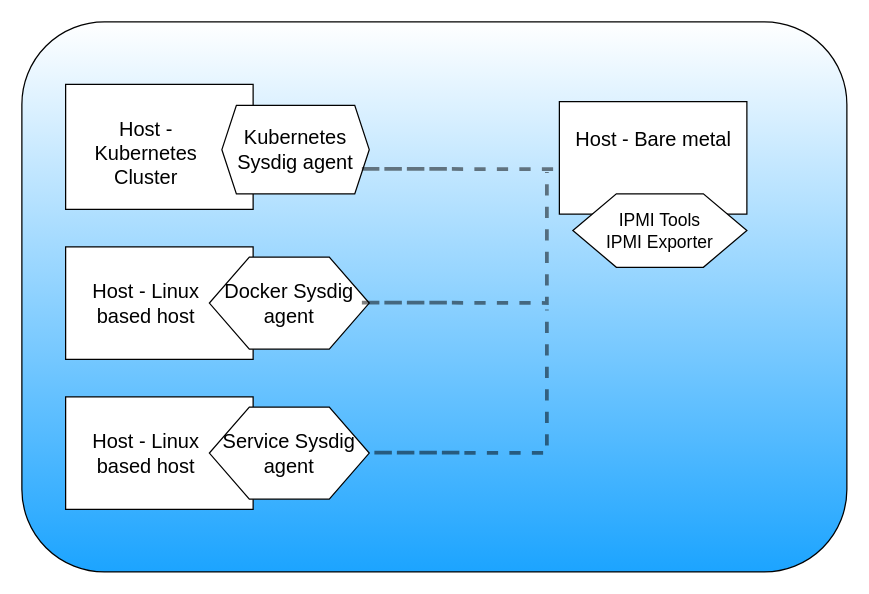
Above: exporters/images/blackbox.drawio in ibm-cloud-docs/monitoring (draw.io), before the change. Source tidied: cells renumbered, new cells numbered last; positions are measured from the earlier drawing's top-left corner, leaving out a move shared by most shapes. Both pictures are drawn from the tidied source at 125%, with x=0, y=0 at pixel (21, 21).
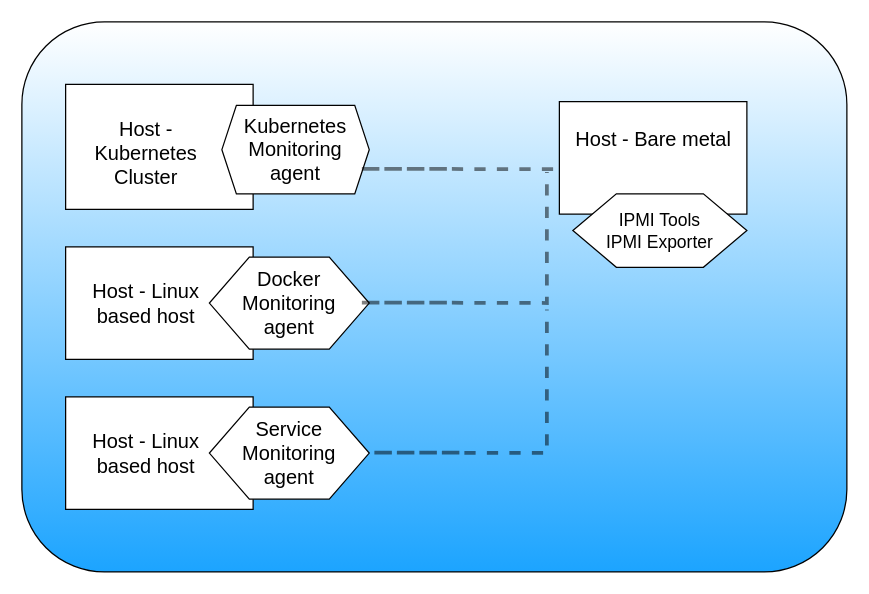
The same page after the edit.

Diff of the diagram source:
```diff
@@
-    <mxCell id="5" value="Kubernetes Sysdig agent" style="shape=hexagon;perimeter=hexagonPerimeter2;whiteSpace=wrap;html=1;fontSize=16;size=0.09850000000000136;" parent="1" vertex="1">
+    <mxCell id="5" value="Kubernetes Monitoring&lt;br&gt;agent" style="shape=hexagon;perimeter=hexagonPerimeter2;whiteSpace=wrap;html=1;fontSize=16;size=0.09850000000000136;" parent="1" vertex="1">
       <mxGeometry x="160" y="66.8" width="117.9" height="70.8" as="geometry" />
     </mxCell>
@@
-    <mxCell id="14" value="Docker Sysdig agent" style="shape=hexagon;perimeter=hexagonPerimeter2;whiteSpace=wrap;html=1;fontSize=16;" parent="1" vertex="1">
+    <mxCell id="14" value="Docker &lt;br&gt;Monitoring&lt;br&gt;agent" style="shape=hexagon;perimeter=hexagonPerimeter2;whiteSpace=wrap;html=1;fontSize=16;" parent="1" vertex="1">
       <mxGeometry x="150" y="188.1" width="127.9" height="73.7" as="geometry" />
     </mxCell>
@@
-    <mxCell id="18" value="Service Sysdig agent" style="shape=hexagon;perimeter=hexagonPerimeter2;whiteSpace=wrap;html=1;fontSize=16;" parent="1" vertex="1">
+    <mxCell id="18" value="Service &lt;br&gt;Monitoring&lt;br&gt;agent" style="shape=hexagon;perimeter=hexagonPerimeter2;whiteSpace=wrap;html=1;fontSize=16;" parent="1" vertex="1">
       <mxGeometry x="150" y="308.1" width="127.9" height="73.7" as="geometry" />
     </mxCell>
```
